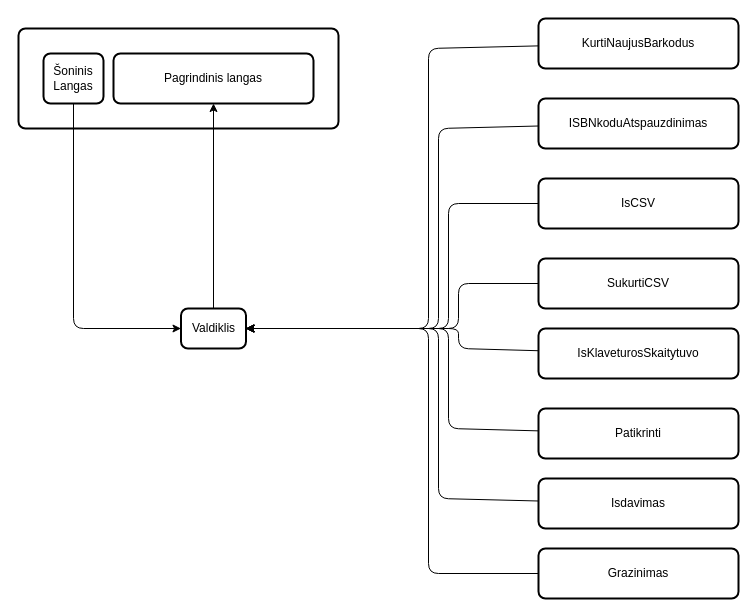
JustPause/KVM-bibliotekos-sistema keeps this draw.io diagram as src/etc/Component diagrama ir jos aprašymas.drawio. Above is the earlier version. Source tidied: cells renumbered, new cells numbered last; positions are measured from the earlier drawing's top-left corner, leaving out a move shared by most shapes. Both pictures are drawn from the tidied source at 100%, with x=0, y=0 at pixel (18, 18).
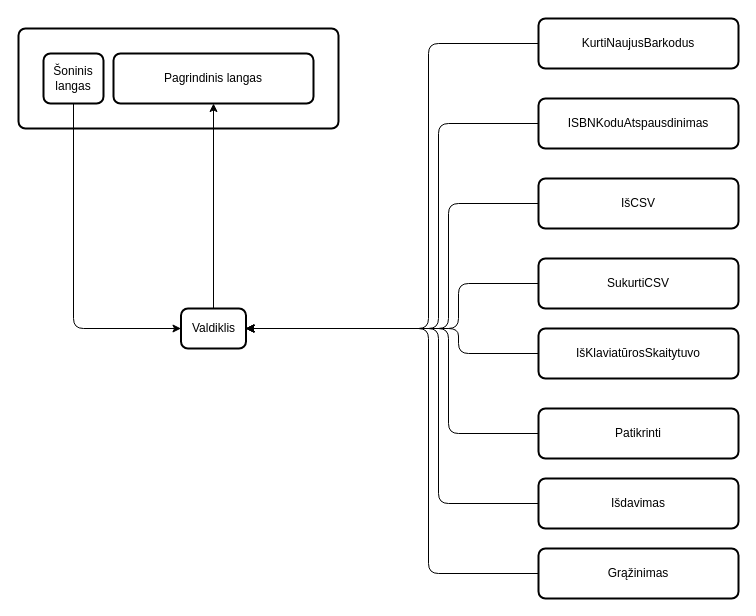
Above is the later version.

The change refers to these unchanged cells:
```xml
<mxCell id="3" value="KurtiNaujusBarkodus" style="rounded=1;whiteSpace=wrap;html=1;absoluteArcSize=1;arcSize=14;strokeWidth=2;" parent="1" vertex="1">
  <mxGeometry x="520" width="200" height="50" as="geometry" />
</mxCell>
<mxCell id="13" value="Patikrinti" style="rounded=1;whiteSpace=wrap;html=1;absoluteArcSize=1;arcSize=14;strokeWidth=2;" parent="1" vertex="1">
  <mxGeometry x="520" y="390" width="200" height="50" as="geometry" />
</mxCell>
<mxCell id="18" style="group;" parent="1" vertex="1">
  <mxGeometry y="10" width="320" height="100" as="geometry" />
</mxCell>
<mxCell id="23" value="Valdiklis" style="rounded=1;whiteSpace=wrap;html=1;absoluteArcSize=1;arcSize=14;strokeWidth=2;" parent="1" vertex="1">
  <mxGeometry x="162.5" y="290" width="65" height="40" as="geometry" />
</mxCell>
```

Change to the diagram source:
```diff
@@
     <mxCell id="2" style="edgeStyle=none;html=1;entryX=1;entryY=0.5;entryDx=0;entryDy=0;" parent="1" edge="1" source="3" target="23">
       <mxGeometry relative="1" as="geometry">
         <Array as="points">
-          <mxPoint x="410" y="30" />
+          <mxPoint x="410" y="25" />
           <mxPoint x="410" y="310" />
         </Array>
       </mxGeometry>
     </mxCell>
@@
-    <mxCell id="5" value="IsCSV" style="rounded=1;whiteSpace=wrap;html=1;absoluteArcSize=1;arcSize=14;strokeWidth=2;" parent="1" vertex="1">
+    <mxCell id="5" value="IšCSV" style="rounded=1;whiteSpace=wrap;html=1;absoluteArcSize=1;arcSize=14;strokeWidth=2;" parent="1" vertex="1">
       <mxGeometry x="520" y="160" width="200" height="50" as="geometry" />
     </mxCell>
     <mxCell id="6" style="edgeStyle=none;html=1;entryX=1;entryY=0.5;entryDx=0;entryDy=0;" parent="1" edge="1" source="7" target="23">
       <mxGeometry relative="1" as="geometry">
         <Array as="points">
-          <mxPoint x="420" y="110" />
+          <mxPoint x="420" y="105" />
           <mxPoint x="420" y="310" />
         </Array>
       </mxGeometry>
     </mxCell>
-    <mxCell id="7" value="ISBNkoduAtspauzdinimas" style="rounded=1;whiteSpace=wrap;html=1;absoluteArcSize=1;arcSize=14;strokeWidth=2;" parent="1" vertex="1">
+    <mxCell id="7" value="ISBNKoduAtspausdinimas" style="rounded=1;whiteSpace=wrap;html=1;absoluteArcSize=1;arcSize=14;strokeWidth=2;" parent="1" vertex="1">
       <mxGeometry x="520" y="80" width="200" height="50" as="geometry" />
     </mxCell>
@@
     <mxCell id="10" style="edgeStyle=none;html=1;entryX=1;entryY=0.5;entryDx=0;entryDy=0;" parent="1" edge="1" source="11" target="23">
       <mxGeometry relative="1" as="geometry">
         <Array as="points">
-          <mxPoint x="440" y="330" />
+          <mxPoint x="440" y="335" />
           <mxPoint x="440" y="310" />
         </Array>
       </mxGeometry>
     </mxCell>
-    <mxCell id="11" value="IsKlaveturosSkaitytuvo" style="rounded=1;whiteSpace=wrap;html=1;absoluteArcSize=1;arcSize=14;strokeWidth=2;" parent="1" vertex="1">
+    <mxCell id="11" value="IšKlaviatūrosSkaitytuvo" style="rounded=1;whiteSpace=wrap;html=1;absoluteArcSize=1;arcSize=14;strokeWidth=2;" parent="1" vertex="1">
       <mxGeometry x="520" y="310" width="200" height="50" as="geometry" />
     </mxCell>
     <mxCell id="12" style="edgeStyle=none;html=1;entryX=1;entryY=0.5;entryDx=0;entryDy=0;" parent="1" edge="1" source="13" target="23">
       <mxGeometry relative="1" as="geometry">
         <Array as="points">
-          <mxPoint x="430" y="410" />
+          <mxPoint x="430" y="415" />
           <mxPoint x="430" y="310" />
         </Array>
       </mxGeometry>
     </mxCell>
@@
     <mxCell id="14" style="edgeStyle=none;html=1;entryX=1;entryY=0.5;entryDx=0;entryDy=0;" parent="1" edge="1" source="15" target="23">
       <mxGeometry relative="1" as="geometry">
         <Array as="points">
-          <mxPoint x="420" y="480" />
+          <mxPoint x="420" y="485" />
           <mxPoint x="420" y="310" />
         </Array>
       </mxGeometry>
     </mxCell>
-    <mxCell id="15" value="Isdavimas" style="rounded=1;whiteSpace=wrap;html=1;absoluteArcSize=1;arcSize=14;strokeWidth=2;" parent="1" vertex="1">
+    <mxCell id="15" value="Išdavimas" style="rounded=1;whiteSpace=wrap;html=1;absoluteArcSize=1;arcSize=14;strokeWidth=2;" parent="1" vertex="1">
       <mxGeometry x="520" y="460" width="200" height="50" as="geometry" />
     </mxCell>
@@
-    <mxCell id="17" value="Grazinimas" style="rounded=1;whiteSpace=wrap;html=1;absoluteArcSize=1;arcSize=14;strokeWidth=2;" parent="1" vertex="1">
+    <mxCell id="17" value="Grąžinimas" style="rounded=1;whiteSpace=wrap;html=1;absoluteArcSize=1;arcSize=14;strokeWidth=2;" parent="1" vertex="1">
       <mxGeometry x="520" y="530" width="200" height="50" as="geometry" />
     </mxCell>
@@
-    <mxCell id="20" value="Šoninis Langas" style="rounded=1;whiteSpace=wrap;html=1;absoluteArcSize=1;arcSize=14;strokeWidth=2;" parent="18" vertex="1">
+    <mxCell id="20" value="Šoninis langas" style="rounded=1;whiteSpace=wrap;html=1;absoluteArcSize=1;arcSize=14;strokeWidth=2;" parent="18" vertex="1">
       <mxGeometry x="25" y="25" width="60" height="50" as="geometry" />
     </mxCell>
```
